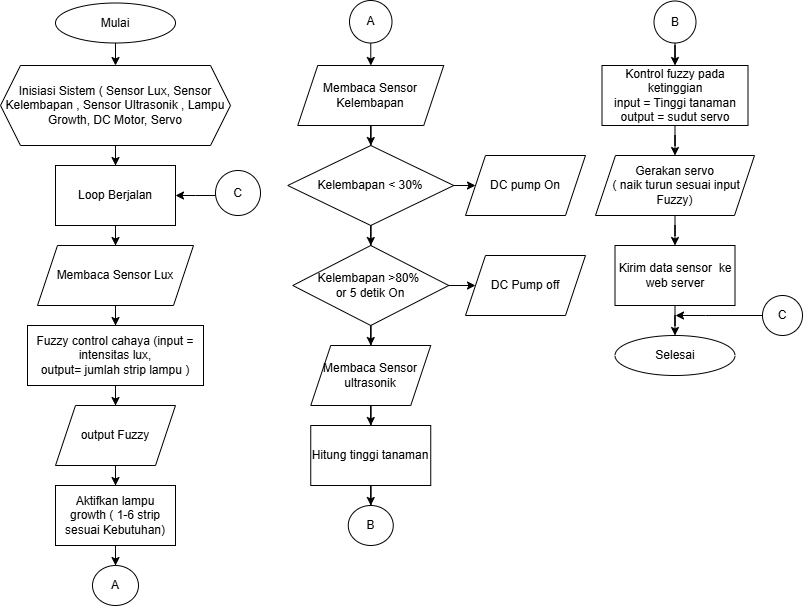
Earlier version of the draw.io export public/flowchart.png (premakathastudio/abraseed-web). Source tidied: cells renumbered, new cells last; positions are measured from the earlier drawing's top-left corner, leaving out a move shared by most shapes.
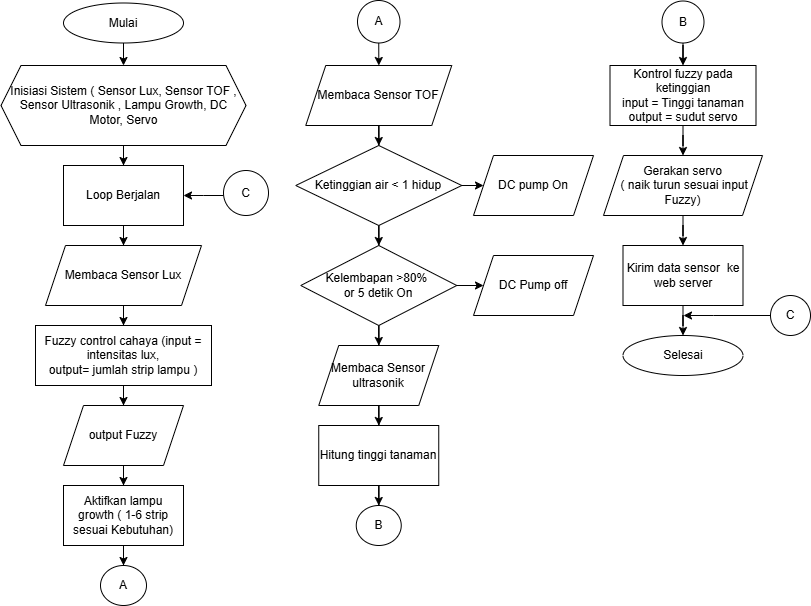
The same file after the commit.

The edit, as a diff of the source:
```diff
@@ -11,8 +11,8 @@
     <mxCell id="4" style="edgeStyle=orthogonalEdgeStyle;rounded=0;jettySize=auto;html=1;" parent="1" edge="1" source="5" target="7">
       <mxGeometry relative="1" as="geometry" />
     </mxCell>
-    <mxCell id="5" value="Inisiasi Sistem ( Sensor Lux, Sensor Kelembapan , Sensor Ultrasonik , Lampu Growth, DC Motor, Servo" style="shape=hexagon;perimeter=hexagonPerimeter2;whiteSpace=wrap;html=1;fixedSize=1;" parent="1" vertex="1">
-      <mxGeometry y="65" width="230" height="80" as="geometry" />
+    <mxCell id="5" value="Inisiasi Sistem ( Sensor Lux, Sensor TOF , Sensor Ultrasonik , Lampu Growth, DC Motor, Servo" style="shape=hexagon;perimeter=hexagonPerimeter2;whiteSpace=wrap;html=1;fixedSize=1;" parent="1" vertex="1">
+      <mxGeometry x="-7.5" y="65" width="245" height="80" as="geometry" />
     </mxCell>
     <mxCell id="6" style="edgeStyle=orthogonalEdgeStyle;rounded=0;jettySize=auto;html=1;" parent="1" edge="1" source="7" target="9">
       <mxGeometry relative="1" as="geometry" />
@@ -47,7 +47,7 @@
     <mxCell id="16" style="edgeStyle=orthogonalEdgeStyle;rounded=0;jettySize=auto;html=1;" parent="1" edge="1" source="17" target="20">
       <mxGeometry relative="1" as="geometry" />
     </mxCell>
-    <mxCell id="17" value="Membaca Sensor Kelembapan" style="shape=parallelogram;perimeter=parallelogramPerimeter;whiteSpace=wrap;html=1;fixedSize=1;" parent="1" vertex="1">
+    <mxCell id="17" value="Membaca Sensor TOF" style="shape=parallelogram;perimeter=parallelogramPerimeter;whiteSpace=wrap;html=1;fixedSize=1;" parent="1" vertex="1">
       <mxGeometry x="297.2" y="65" width="146" height="60" as="geometry" />
     </mxCell>
     <mxCell id="18" style="edgeStyle=orthogonalEdgeStyle;rounded=0;jettySize=auto;html=1;" parent="1" edge="1" source="20" target="21">
@@ -56,7 +56,7 @@
     <mxCell id="19" style="edgeStyle=orthogonalEdgeStyle;rounded=0;jettySize=auto;html=1;" parent="1" edge="1" source="20" target="24">
       <mxGeometry relative="1" as="geometry" />
     </mxCell>
-    <mxCell id="20" value="Kelembapan &amp;lt; 30%" style="rhombus;whiteSpace=wrap;html=1;" parent="1" vertex="1">
+    <mxCell id="20" value="Ketinggian air &amp;lt; 1 hidup" style="rhombus;whiteSpace=wrap;html=1;" parent="1" vertex="1">
       <mxGeometry x="287.2" y="145" width="166" height="80" as="geometry" />
     </mxCell>
     <mxCell id="21" value="DC pump On" style="shape=parallelogram;perimeter=parallelogramPerimeter;whiteSpace=wrap;html=1;fixedSize=1;" parent="1" vertex="1">
```
